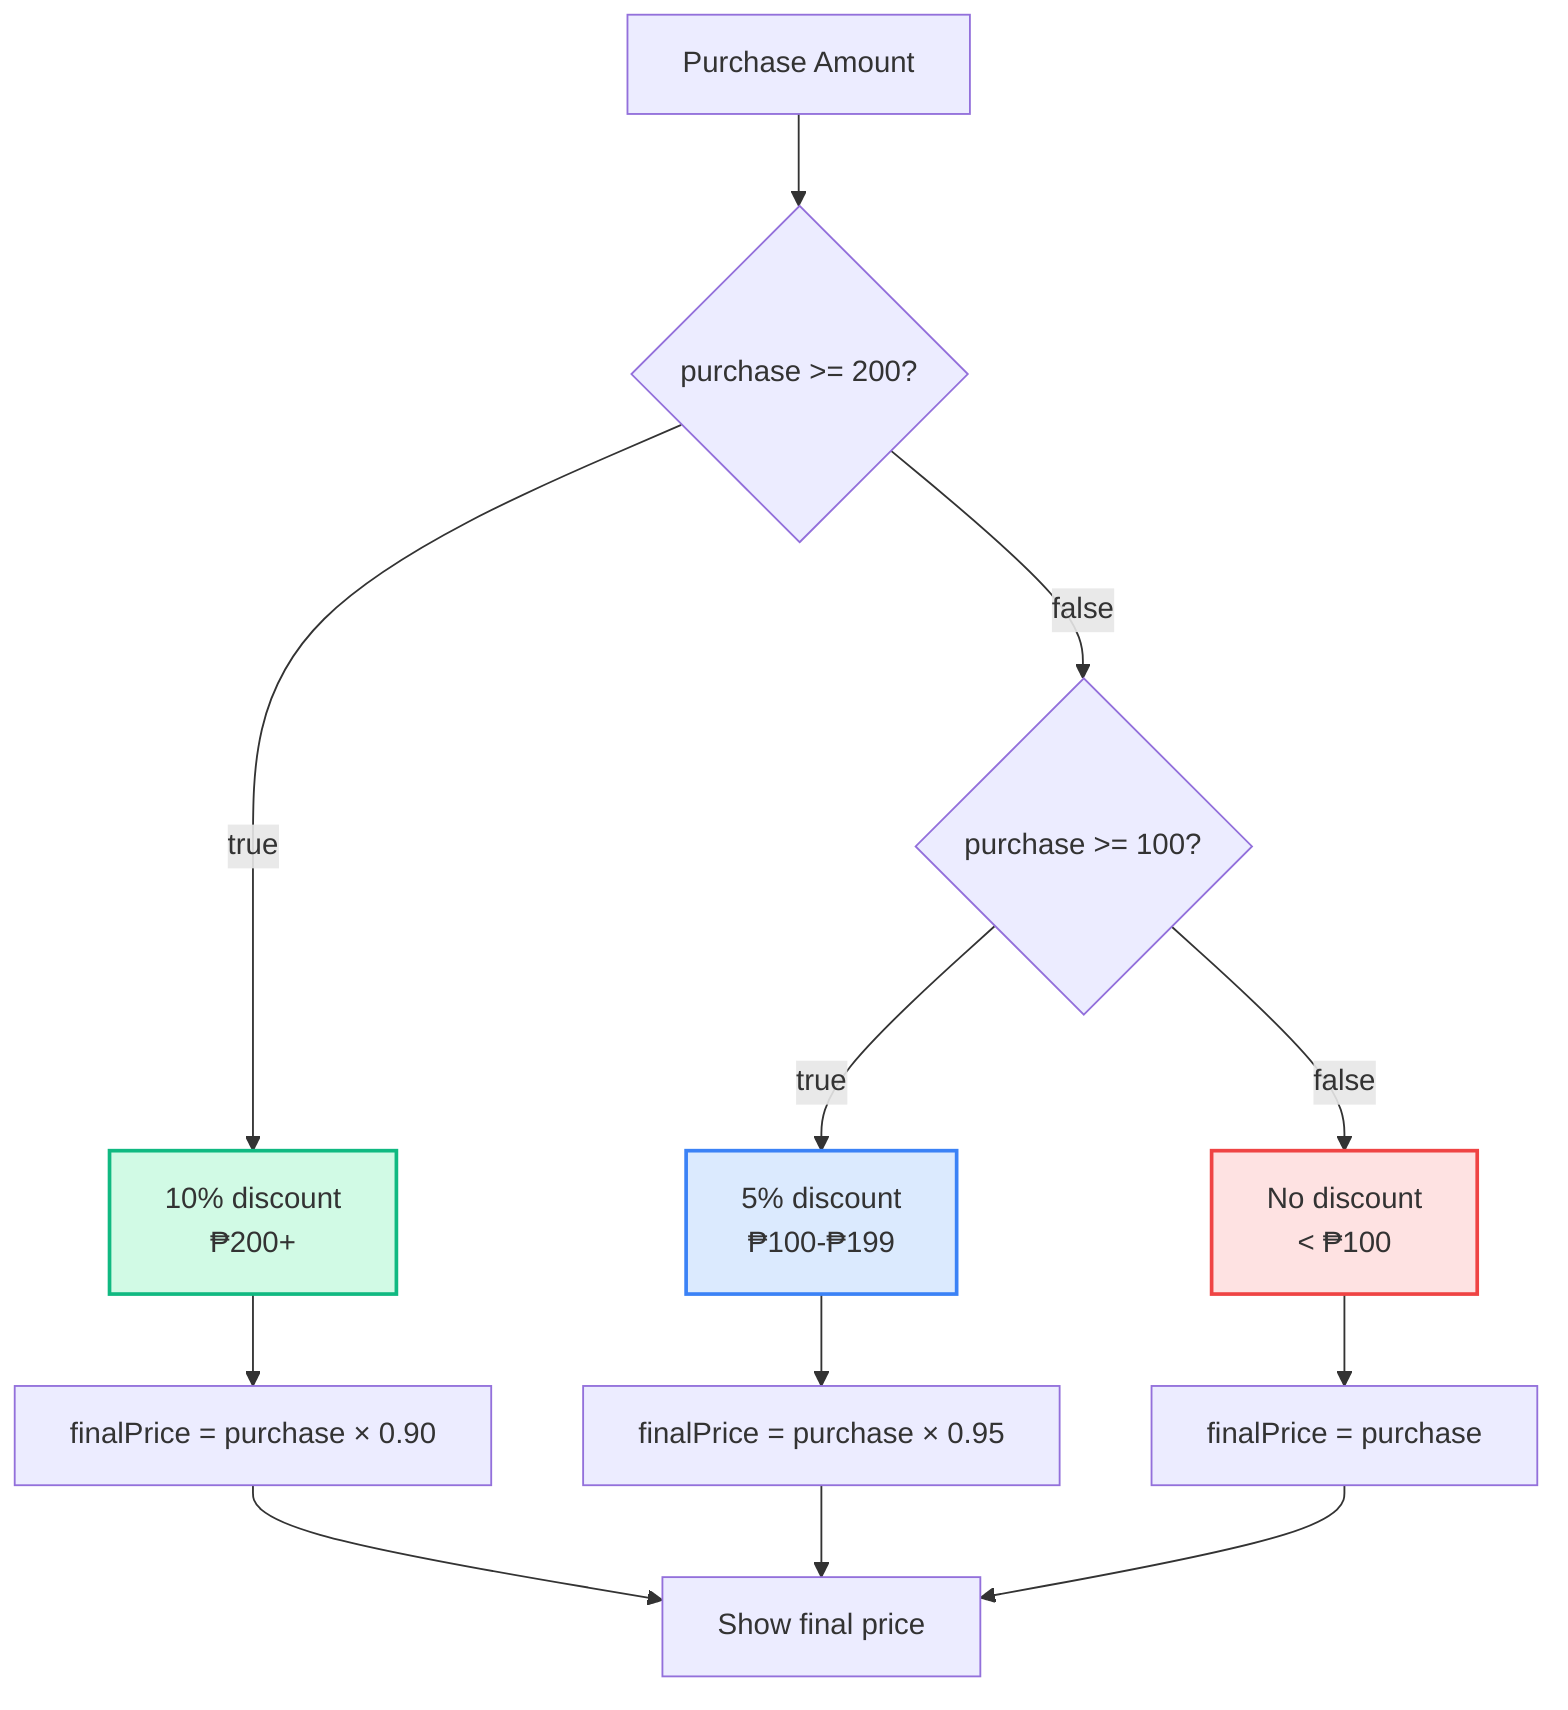
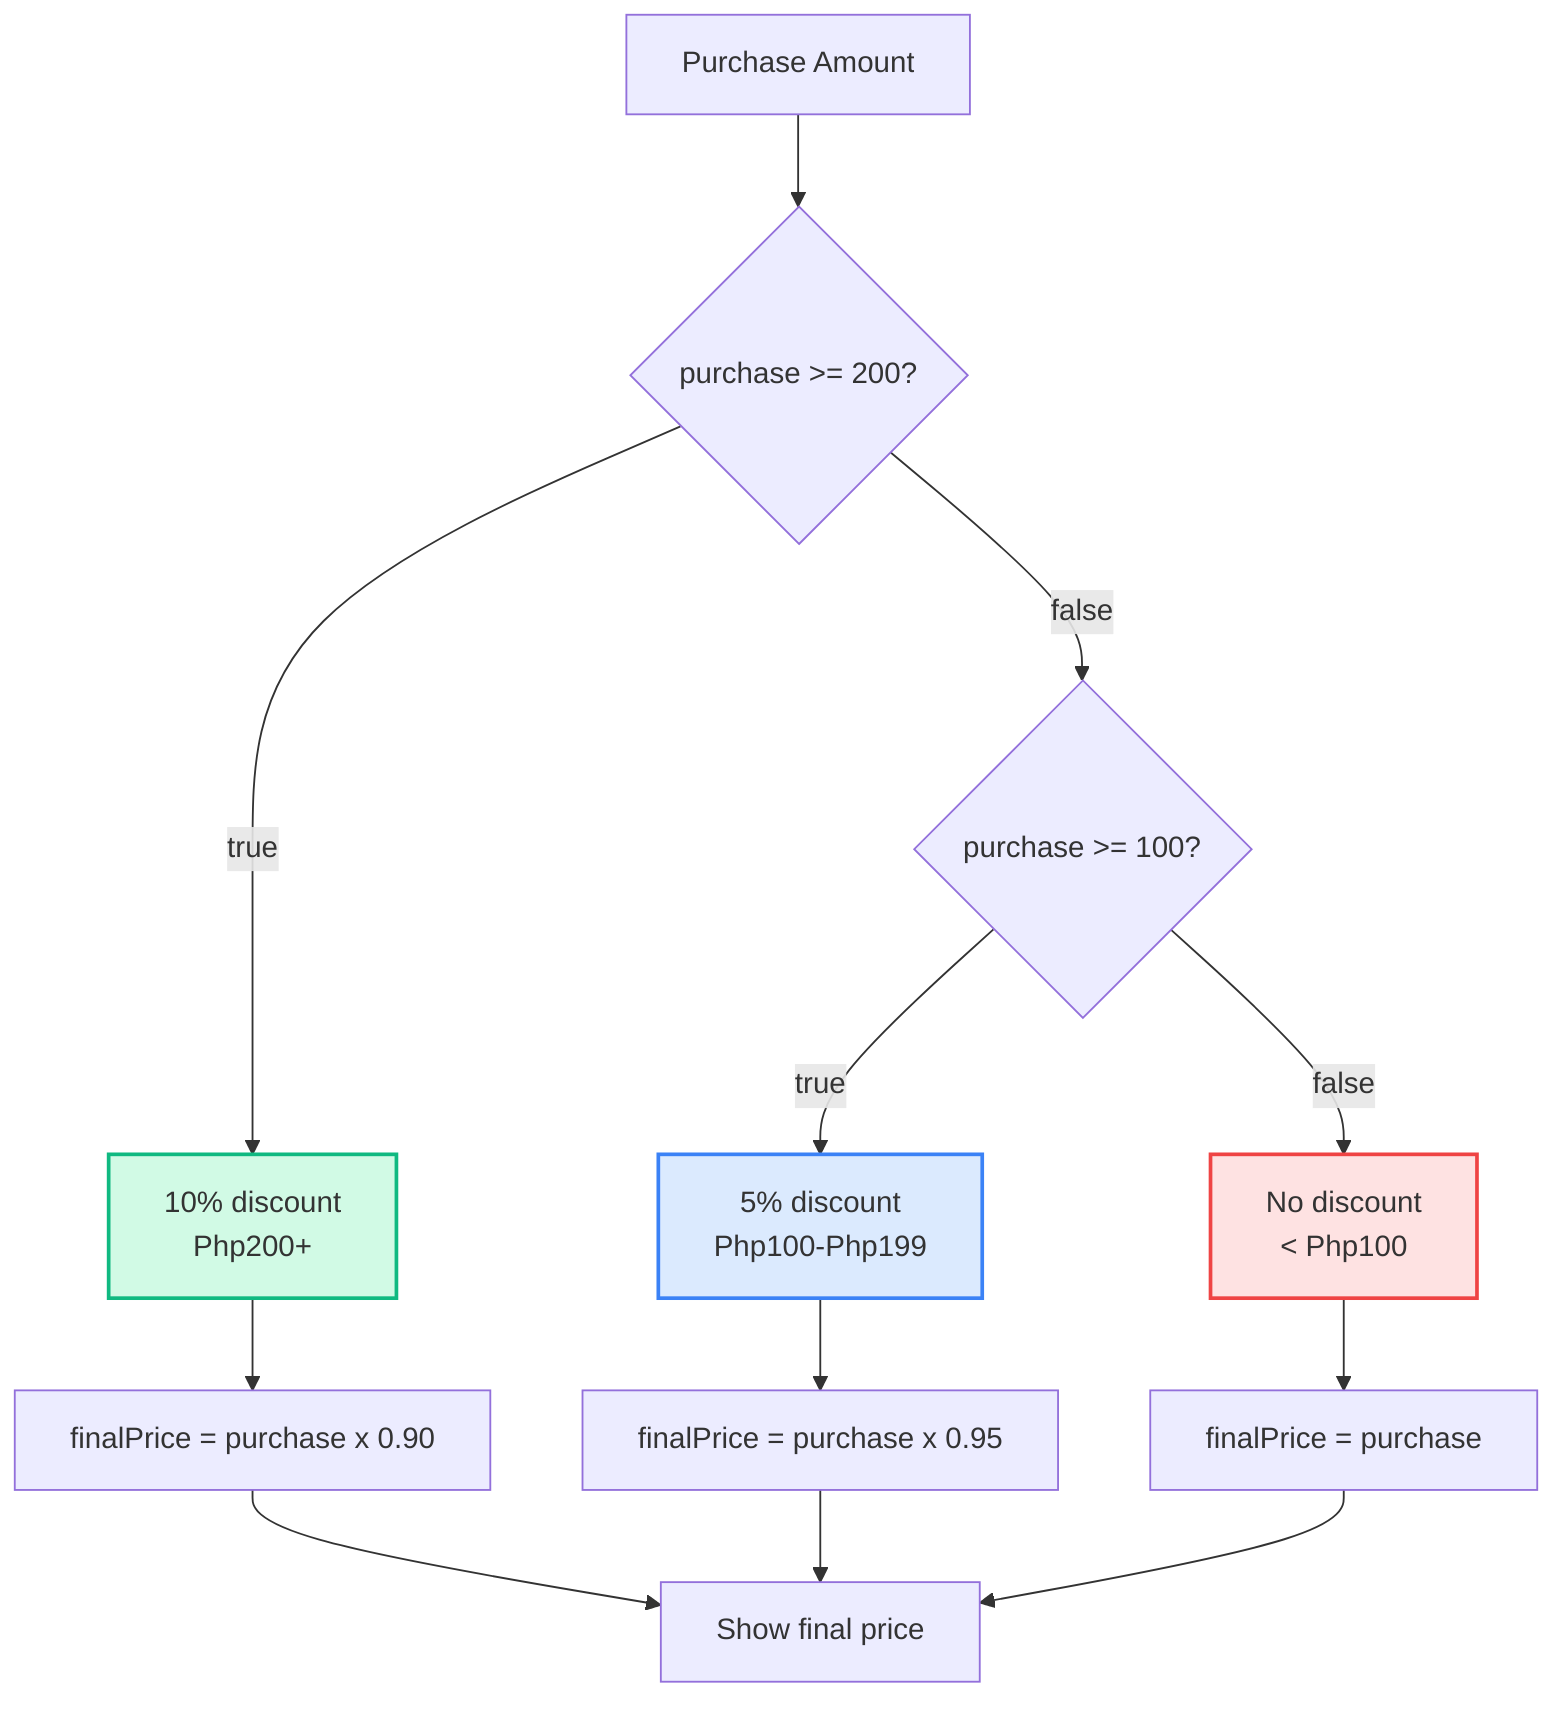
flowchart TD
    Start[Purchase Amount] --> Check1{purchase >= 200?}
-     Check1 -->|true| Tier1["10% discount<br/>₱200+"]
+     Check1 -->|true| Tier1["10% discount<br/> Php200+"]
    Check1 -->|false| Check2{purchase >= 100?}
-     Check2 -->|true| Tier2["5% discount<br/>₱100-₱199"]
-     Check2 -->|false| Tier3["No discount<br/>< ₱100"]
+     Check2 -->|true| Tier2["5% discount<br/>Php100-Php199"]
+     Check2 -->|false| Tier3["No discount<br/>< Php100"]

-     Tier1 --> Calculate1[finalPrice = purchase × 0.90]
-     Tier2 --> Calculate2[finalPrice = purchase × 0.95]
+     Tier1 --> Calculate1[finalPrice = purchase x 0.90]
+     Tier2 --> Calculate2[finalPrice = purchase x 0.95]
    Tier3 --> Calculate3[finalPrice = purchase]

    Calculate1 --> End[Show final price]
    Calculate2 --> End
    Calculate3 --> End

    style Tier1 fill:#d1fae5,stroke:#10b981,stroke-width:2px
    style Tier2 fill:#dbeafe,stroke:#3b82f6,stroke-width:2px
    style Tier3 fill:#fee2e2,stroke:#ef4444,stroke-width:2px
